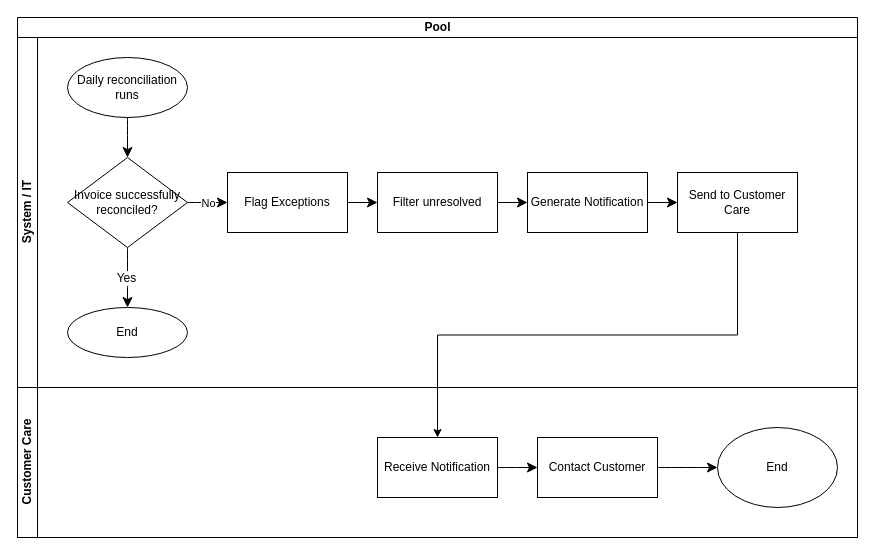
Earlier version of the draw.io diagram page "Page-3" (3 of 9) of BA/ProcessMaps/PM001-PM008.drawio (ijs99/energy-analyst-portfolio). Source tidied: cells renumbered, new cells numbered last; positions are measured from the earlier drawing's top-left corner, leaving out a move shared by most shapes. Both pictures are drawn from the tidied source at 100%, with x=0, y=0 at pixel (17, 17).
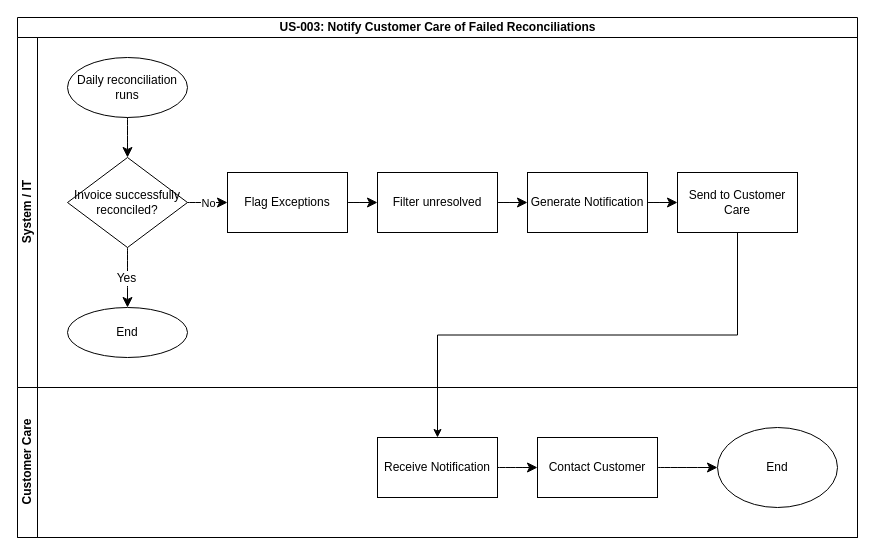
Above is the later version.

Diff of the diagram source:
```diff
@@
-    <mxCell id="2" value="Pool" style="swimlane;horizontal=1;startSize=20;html=1;" parent="1" vertex="1">
+    <mxCell id="2" value="US-003: Notify Customer Care of Failed Reconciliations" style="swimlane;horizontal=1;startSize=20;html=1;" parent="1" vertex="1">
       <mxGeometry width="840" height="520" as="geometry" />
     </mxCell>
```
